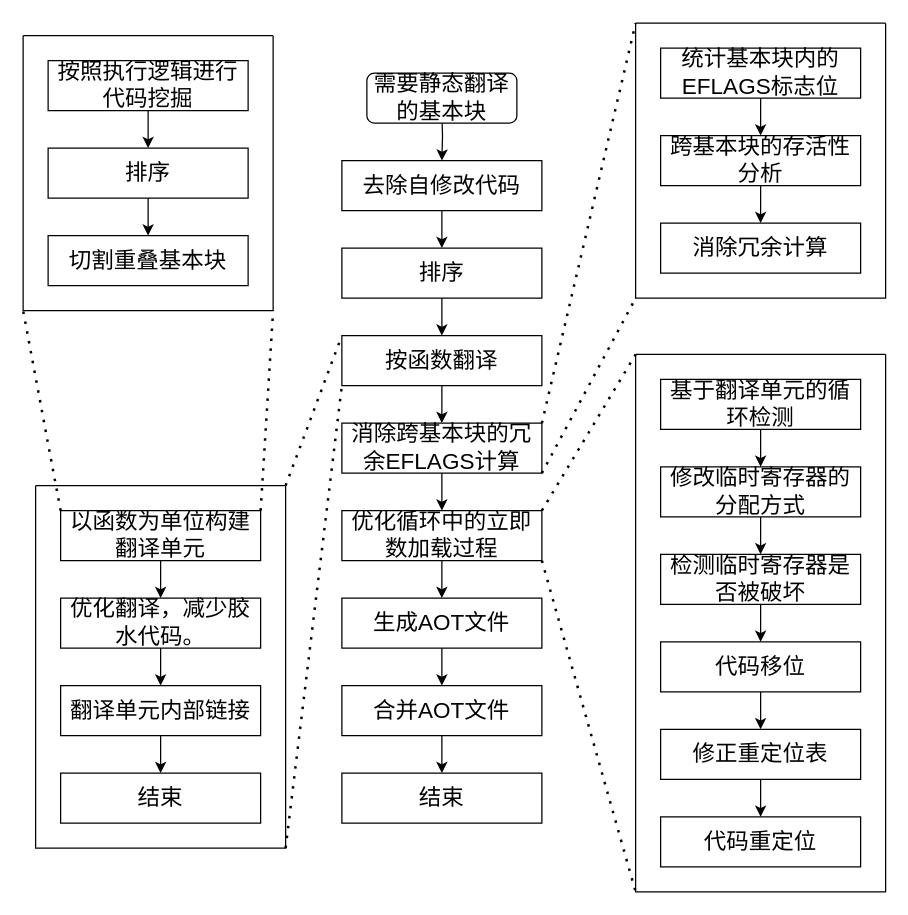
Earlier version of the draw.io diagram page "第 32 页" (35 of 43) of lajit.drawio (ganjue66da/ganjue66da). Source tidied: cells renumbered, new cells numbered last; positions are measured from the earlier drawing's top-left corner, leaving out a move shared by most shapes. Both pictures are drawn from the tidied source at 125%, with x=0, y=0 at pixel (22, 22).
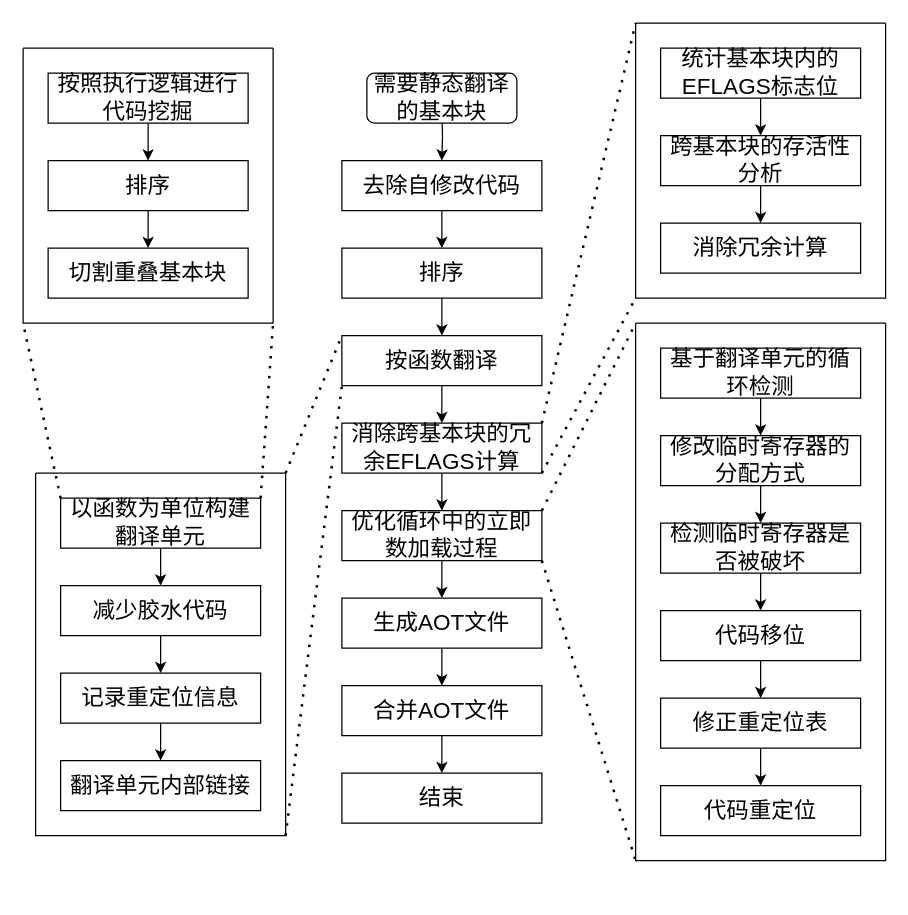
After the change.

Change to the diagram source:
```diff
@@
     <mxCell id="17" style="swimlane;startSize=0;" parent="1" vertex="1">
-      <mxGeometry x="10" y="370" width="200" height="290" as="geometry" />
+      <mxGeometry x="10" y="360" width="200" height="290" as="geometry" />
     </mxCell>
@@
+    <mxCell id="59" style="edgeStyle=orthogonalEdgeStyle;rounded=0;jettySize=auto;html=1;" parent="17" edge="1" source="19" target="61">
+      <mxGeometry relative="1" as="geometry" />
+    </mxCell>
-    <mxCell id="19" value="优化翻译，减少胶水代码。" style="rounded=0;whiteSpace=wrap;html=1;fontSize=18;fillColor=none;" parent="17" vertex="1">
+    <mxCell id="19" value="减少胶水代码" style="rounded=0;whiteSpace=wrap;html=1;fontSize=18;fillColor=none;" parent="17" vertex="1">
       <mxGeometry x="20" y="90" width="160" height="40" as="geometry" />
     </mxCell>
@@
-    <mxCell id="21" style="edgeStyle=orthogonalEdgeStyle;rounded=0;jettySize=auto;html=1;" parent="17" edge="1" source="22" target="24">
-      <mxGeometry relative="1" as="geometry" />
-    </mxCell>
     <mxCell id="22" value="翻译单元内部链接" style="rounded=0;whiteSpace=wrap;html=1;fontSize=18;fillColor=none;" parent="17" vertex="1">
-      <mxGeometry x="20" y="160" width="160" height="40" as="geometry" />
+      <mxGeometry x="20" y="230" width="160" height="40" as="geometry" />
     </mxCell>
-    <mxCell id="23" style="edgeStyle=orthogonalEdgeStyle;rounded=0;jettySize=auto;html=1;" parent="17" edge="1" source="19" target="22">
-      <mxGeometry relative="1" as="geometry" />
-    </mxCell>
-    <mxCell id="24" value="结束" style="rounded=0;whiteSpace=wrap;html=1;fontSize=18;fillColor=none;" parent="17" vertex="1">
-      <mxGeometry x="20" y="230" width="160" height="40" as="geometry" />
-    </mxCell>
+    <mxCell id="60" style="edgeStyle=orthogonalEdgeStyle;rounded=0;jettySize=auto;html=1;exitX=0.5;exitY=1;exitDx=0;exitDy=0;entryX=0.5;entryY=0;entryDx=0;entryDy=0;" parent="17" edge="1" source="61" target="22">
+      <mxGeometry relative="1" as="geometry" />
+    </mxCell>
+    <mxCell id="61" value="记录重定位信息" style="rounded=0;whiteSpace=wrap;html=1;fontSize=18;fillColor=none;" parent="17" vertex="1">
+      <mxGeometry x="20" y="160" width="160" height="40" as="geometry" />
+    </mxCell>
@@
     <mxCell id="26" style="swimlane;startSize=0;" parent="1" vertex="1">
-      <mxGeometry y="10" width="200" height="220" as="geometry" />
+      <mxGeometry y="20" width="200" height="220" as="geometry" />
     </mxCell>
@@
     <mxCell id="42" style="swimlane;startSize=0;" parent="1" vertex="1">
-      <mxGeometry x="490" y="265" width="200" height="430" as="geometry" />
+      <mxGeometry x="490" y="240" width="200" height="430" as="geometry" />
     </mxCell>
```
